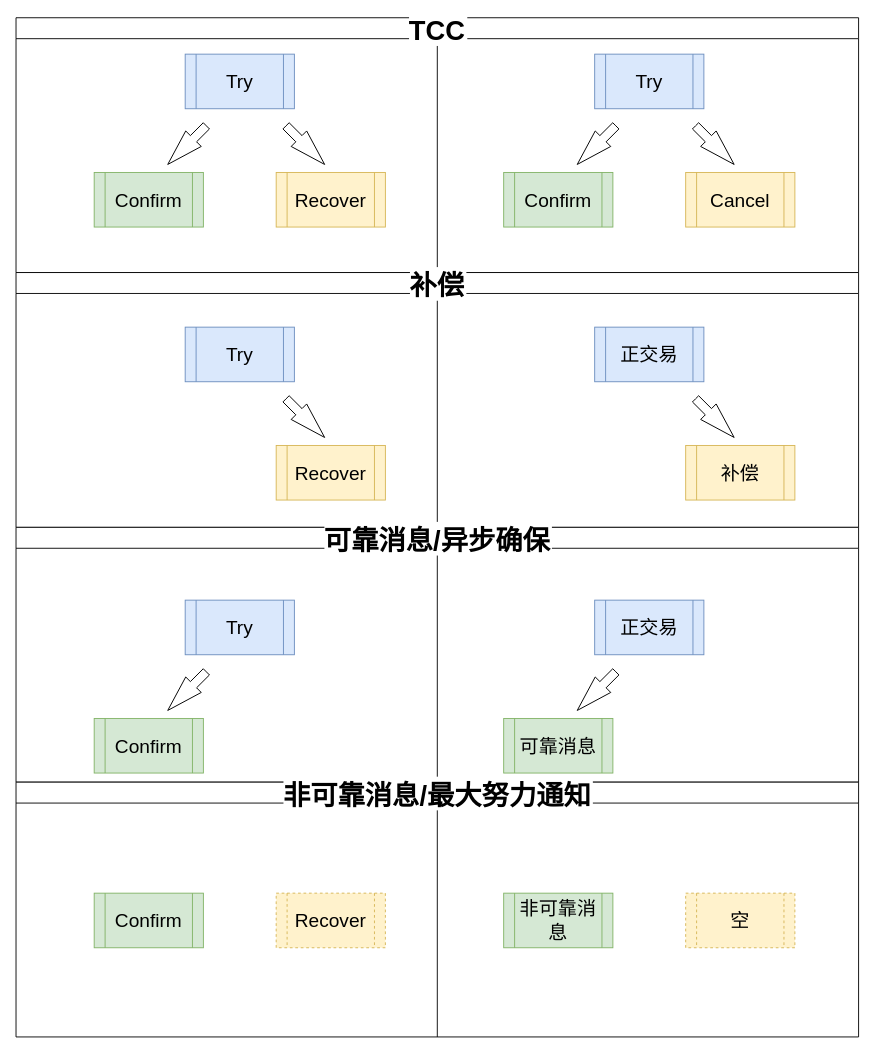
This is 2022/08/20/TCR/TCR.drawio from Kenson321/Kenson321.github.io, a draw.io file, before an edit. Source tidied: cells renumbered, new cells numbered last; positions are measured from the earlier drawing's top-left corner, leaving out a move shared by most shapes. Both pictures are drawn from the tidied source at 91%, with x=0, y=0 at pixel (15, 17).
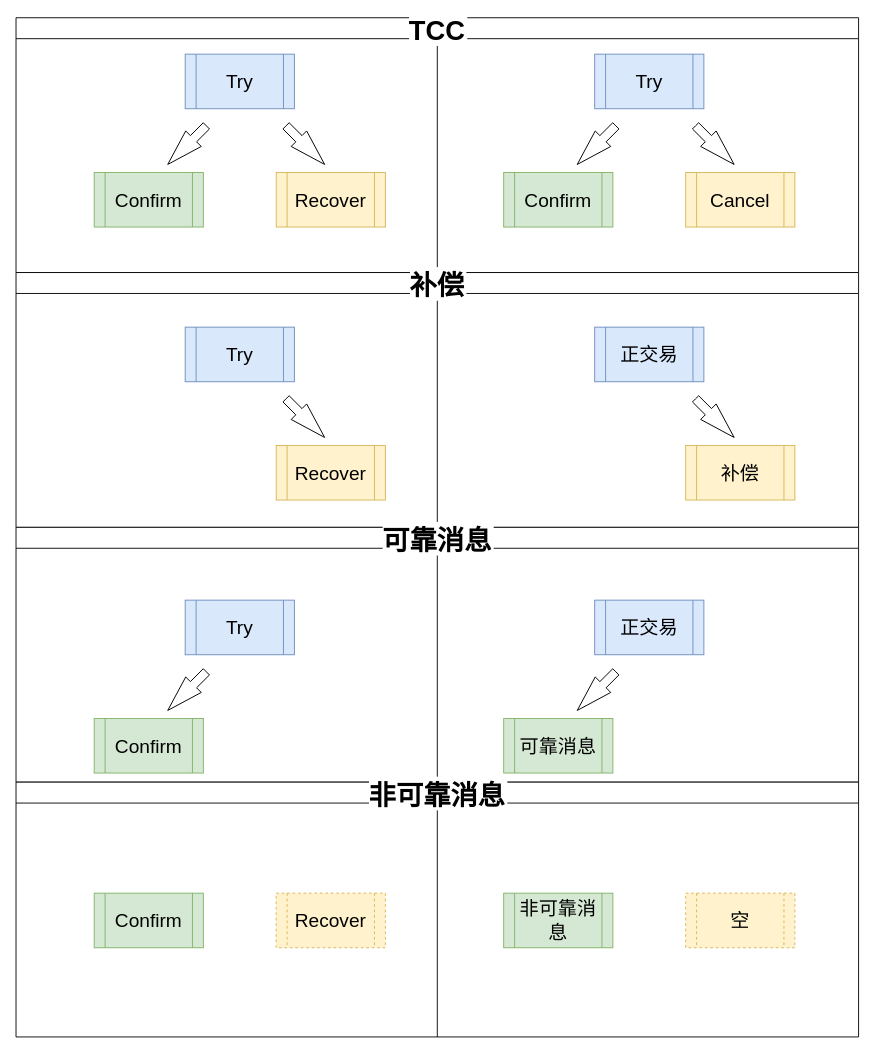
The same diagram, later.

Diff of the diagram source:
```diff
@@
-    <mxCell id="31" value="可靠消息/异步确保" style="swimlane;horizontal=1;fontSize=30;align=center;labelBackgroundColor=#FFFFFF;startSize=23;" parent="1" vertex="1">
+    <mxCell id="31" value="可靠消息" style="swimlane;horizontal=1;fontSize=30;align=center;labelBackgroundColor=#FFFFFF;startSize=23;" parent="1" vertex="1">
       <mxGeometry x="0.1" y="560" width="925.9" height="280" as="geometry" />
     </mxCell>
-    <mxCell id="32" value="非可靠消息/最大努力通知" style="swimlane;horizontal=1;fontSize=30;align=center;labelBackgroundColor=#FFFFFF;startSize=23;" parent="1" vertex="1">
+    <mxCell id="32" value="非可靠消息" style="swimlane;horizontal=1;fontSize=30;align=center;labelBackgroundColor=#FFFFFF;startSize=23;" parent="1" vertex="1">
       <mxGeometry x="0.1" y="840" width="925.9" height="280" as="geometry" />
     </mxCell>
```
